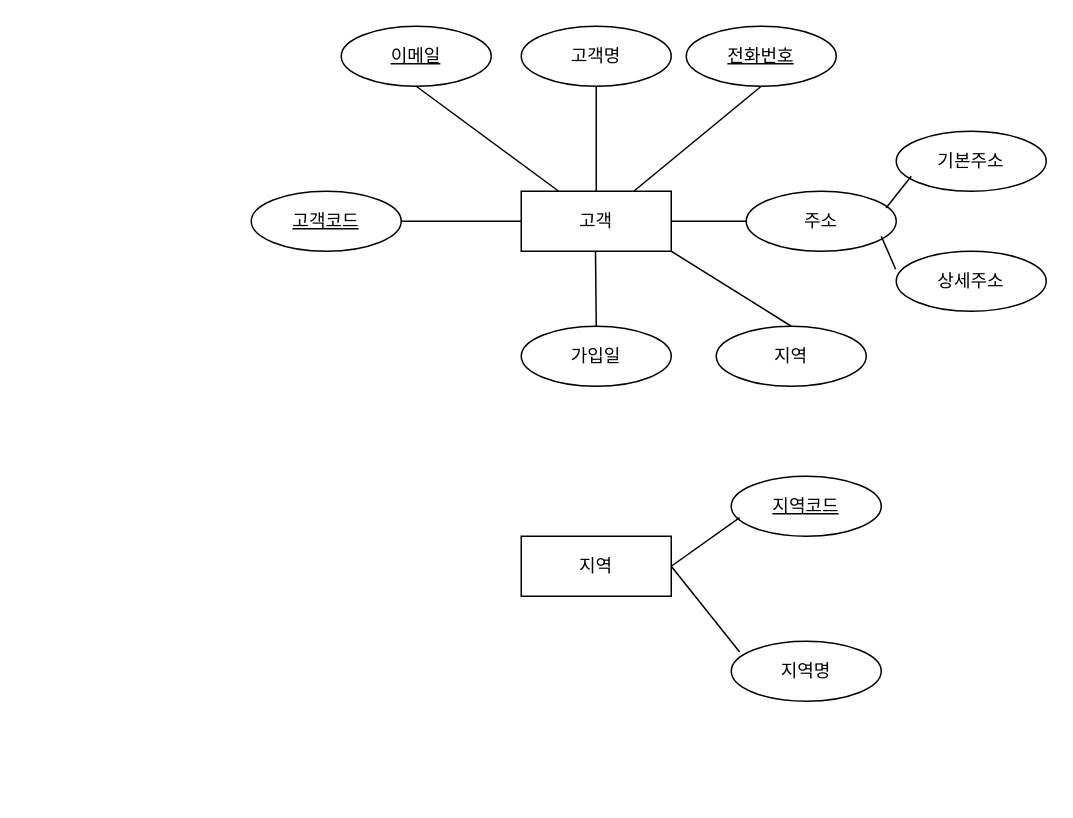
Before: 제목 없는 다이어그램.drawio in chankyukim/ERD, a draw.io diagram. Source tidied: cells renumbered, new cells numbered last; positions are measured from the earlier drawing's top-left corner, leaving out a move shared by most shapes. Both pictures are drawn from the tidied source at 150%, with x=0, y=0 at pixel (250, 26).
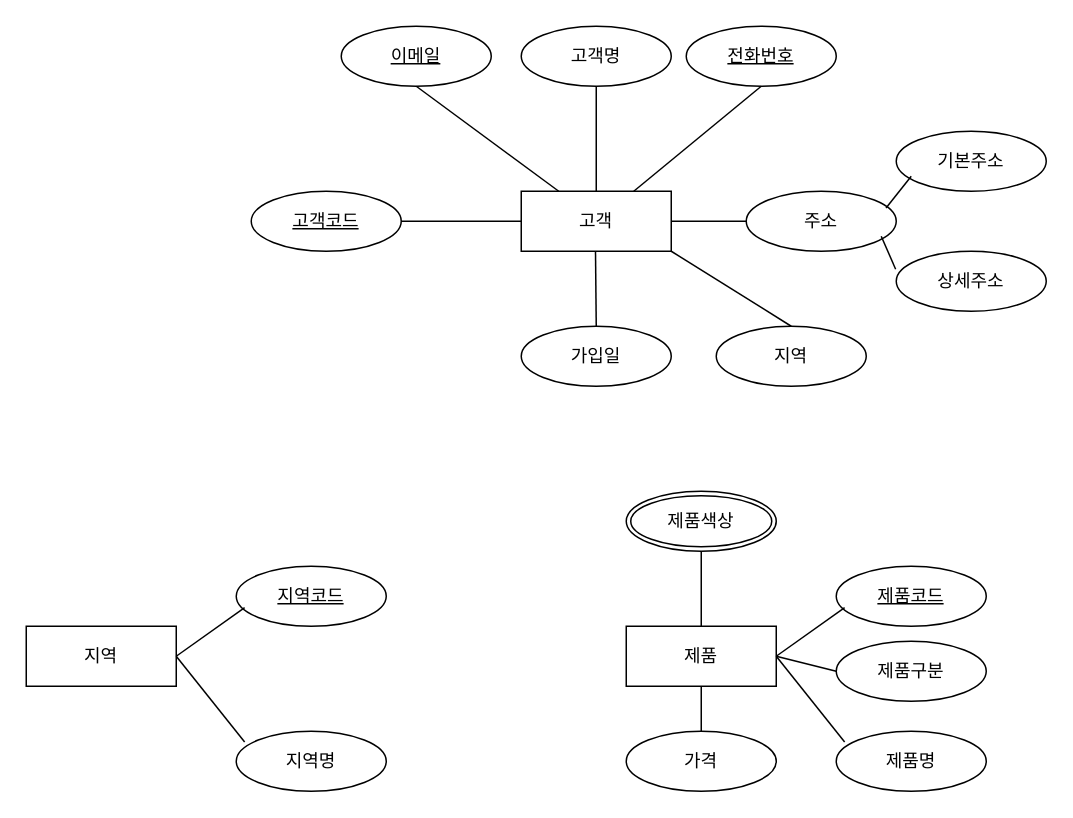
Above is the later version.

Commit message (it also covers changes not shown here):
제목 없는 다이어그램.drawio 업데이트

What changed in the source:
```diff
@@
     <mxCell id="21" value="지역" style="whiteSpace=wrap;html=1;align=center;" parent="1" vertex="1">
-      <mxGeometry x="180" y="340" width="100" height="40" as="geometry" />
+      <mxGeometry x="-150" y="400" width="100" height="40" as="geometry" />
     </mxCell>
     <mxCell id="22" value="&lt;u&gt;지역코드&lt;/u&gt;" style="ellipse;whiteSpace=wrap;html=1;align=center;" parent="1" vertex="1">
-      <mxGeometry x="320" y="300" width="100" height="40" as="geometry" />
+      <mxGeometry x="-10" y="360" width="100" height="40" as="geometry" />
     </mxCell>
     <mxCell id="23" value="지역명" style="ellipse;whiteSpace=wrap;html=1;align=center;" parent="1" vertex="1">
-      <mxGeometry x="320" y="410" width="100" height="40" as="geometry" />
+      <mxGeometry x="-10" y="470" width="100" height="40" as="geometry" />
     </mxCell>
     <mxCell id="24" style="endArrow=none;html=1;rounded=0;entryX=0.056;entryY=0.69;entryDx=0;entryDy=0;entryPerimeter=0;" parent="1" edge="1" target="22">
       <mxGeometry relative="1" as="geometry">
-        <mxPoint x="280" y="360" as="sourcePoint" />
+        <mxPoint x="-50" y="420" as="sourcePoint" />
       </mxGeometry>
     </mxCell>
     <mxCell id="25" style="endArrow=none;html=1;rounded=0;entryX=0.056;entryY=0.18;entryDx=0;entryDy=0;entryPerimeter=0;" parent="1" edge="1" target="23">
       <mxGeometry relative="1" as="geometry">
-        <mxPoint x="280" y="360" as="sourcePoint" />
+        <mxPoint x="-50" y="420" as="sourcePoint" />
       </mxGeometry>
     </mxCell>
+    <mxCell id="26" value="제품" style="whiteSpace=wrap;html=1;align=center;" parent="1" vertex="1">
+      <mxGeometry x="250" y="400" width="100" height="40" as="geometry" />
+    </mxCell>
+    <mxCell id="27" value="&lt;u&gt;제품코드&lt;/u&gt;" style="ellipse;whiteSpace=wrap;html=1;align=center;" parent="1" vertex="1">
+      <mxGeometry x="390" y="360" width="100" height="40" as="geometry" />
+    </mxCell>
+    <mxCell id="28" value="제품명" style="ellipse;whiteSpace=wrap;html=1;align=center;" parent="1" vertex="1">
+      <mxGeometry x="390" y="470" width="100" height="40" as="geometry" />
+    </mxCell>
+    <mxCell id="29" style="endArrow=none;html=1;rounded=0;entryX=0.056;entryY=0.69;entryDx=0;entryDy=0;entryPerimeter=0;" parent="1" edge="1" target="27">
+      <mxGeometry relative="1" as="geometry">
+        <mxPoint x="350" y="420" as="sourcePoint" />
+      </mxGeometry>
+    </mxCell>
+    <mxCell id="30" style="endArrow=none;html=1;rounded=0;entryX=0.056;entryY=0.18;entryDx=0;entryDy=0;entryPerimeter=0;" parent="1" edge="1" target="28">
+      <mxGeometry relative="1" as="geometry">
+        <mxPoint x="350" y="420" as="sourcePoint" />
+      </mxGeometry>
+    </mxCell>
+    <mxCell id="31" value="제품구분" style="ellipse;whiteSpace=wrap;html=1;align=center;" parent="1" vertex="1">
+      <mxGeometry x="390" y="410" width="100" height="40" as="geometry" />
+    </mxCell>
+    <mxCell id="32" style="endArrow=none;html=1;rounded=0;entryX=0;entryY=0.5;entryDx=0;entryDy=0;exitX=1;exitY=0.5;exitDx=0;exitDy=0;" parent="1" edge="1" source="26" target="31">
+      <mxGeometry relative="1" as="geometry" />
+    </mxCell>
+    <mxCell id="33" value="가격" style="ellipse;whiteSpace=wrap;html=1;align=center;" parent="1" vertex="1">
+      <mxGeometry x="250" y="470" width="100" height="40" as="geometry" />
+    </mxCell>
+    <mxCell id="34" style="endArrow=none;html=1;rounded=0;entryX=0.5;entryY=0;entryDx=0;entryDy=0;" parent="1" edge="1" target="33">
+      <mxGeometry relative="1" as="geometry">
+        <mxPoint x="300" y="440" as="sourcePoint" />
+      </mxGeometry>
+    </mxCell>
+    <mxCell id="35" value="제품색상" style="ellipse;shape=doubleEllipse;margin=3;whiteSpace=wrap;html=1;align=center;" parent="1" vertex="1">
+      <mxGeometry x="250" y="310" width="100" height="40" as="geometry" />
+    </mxCell>
+    <mxCell id="36" style="endArrow=none;html=1;rounded=0;entryX=0.5;entryY=0;entryDx=0;entryDy=0;" parent="1" edge="1" target="26">
+      <mxGeometry relative="1" as="geometry">
+        <mxPoint x="300" y="350" as="sourcePoint" />
+      </mxGeometry>
+    </mxCell>
```
